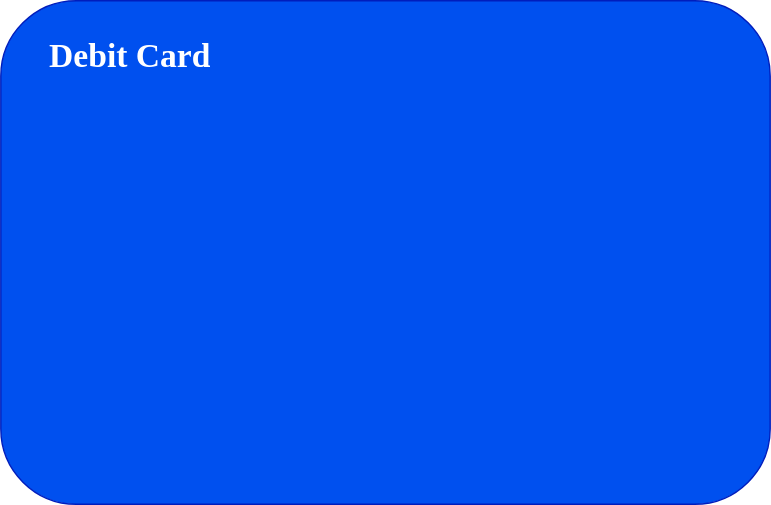
This is Work Samples/WF/DebitCard.drawio.svg from uchiharizvi/design-diagrams, a draw.io export, as it was before one commit. Source tidied: cells renumbered, new cells last; positions are measured from the earlier drawing's top-left corner, leaving out a move shared by most shapes.
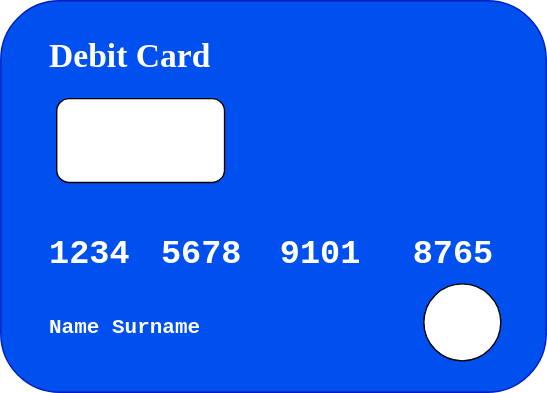
After the change.

Diff of the diagram source:
```diff
@@ -3,10 +3,31 @@
     <mxCell id="0" />
     <mxCell id="1" parent="0" />
     <mxCell id="2" style="rounded=1;whiteSpace=wrap;html=1;fillColor=#0050ef;fontColor=#ffffff;strokeColor=#001DBC;" parent="1" vertex="1">
-      <mxGeometry width="550" height="360" as="geometry" />
+      <mxGeometry width="390" height="280" as="geometry" />
     </mxCell>
     <mxCell id="3" value="&lt;h1&gt;&lt;font face=&quot;Verdana&quot; color=&quot;#ffffff&quot;&gt;Debit Card&lt;/font&gt;&lt;/h1&gt;" style="text;html=1;spacing=5;spacingTop=-20;whiteSpace=wrap;overflow=hidden;rounded=0;" parent="1" vertex="1">
       <mxGeometry x="30" y="20" width="190" height="40" as="geometry" />
     </mxCell>
+    <mxCell id="4" style="rounded=1;whiteSpace=wrap;html=1;" parent="1" vertex="1">
+      <mxGeometry x="40" y="70" width="120" height="60" as="geometry" />
+    </mxCell>
+    <mxCell id="5" value="&lt;h1&gt;&lt;font face=&quot;Courier New&quot; color=&quot;#ffffff&quot;&gt;1234&lt;/font&gt;&lt;/h1&gt;" style="text;html=1;spacing=5;spacingTop=-20;whiteSpace=wrap;overflow=hidden;rounded=0;" parent="1" vertex="1">
+      <mxGeometry x="30" y="160" width="80" height="40" as="geometry" />
+    </mxCell>
+    <mxCell id="6" value="&lt;h1&gt;&lt;font face=&quot;Courier New&quot; color=&quot;#ffffff&quot;&gt;5678&lt;/font&gt;&lt;/h1&gt;" style="text;html=1;spacing=5;spacingTop=-20;whiteSpace=wrap;overflow=hidden;rounded=0;" parent="1" vertex="1">
+      <mxGeometry x="110" y="160" width="80" height="40" as="geometry" />
+    </mxCell>
+    <mxCell id="7" value="&lt;h1&gt;&lt;font face=&quot;Courier New&quot; color=&quot;#ffffff&quot;&gt;9101&lt;/font&gt;&lt;/h1&gt;" style="text;html=1;spacing=5;spacingTop=-20;whiteSpace=wrap;overflow=hidden;rounded=0;" parent="1" vertex="1">
+      <mxGeometry x="195" y="160" width="80" height="40" as="geometry" />
+    </mxCell>
+    <mxCell id="8" value="&lt;h1&gt;&lt;font face=&quot;Courier New&quot; color=&quot;#ffffff&quot;&gt;8765&lt;/font&gt;&lt;/h1&gt;" style="text;html=1;spacing=5;spacingTop=-20;whiteSpace=wrap;overflow=hidden;rounded=0;" parent="1" vertex="1">
+      <mxGeometry x="290" y="160" width="80" height="40" as="geometry" />
+    </mxCell>
+    <mxCell id="9" value="&lt;h1&gt;&lt;font style=&quot;font-size: 15px;&quot; face=&quot;Courier New&quot; color=&quot;#ffffff&quot;&gt;Name Surname&lt;/font&gt;&lt;/h1&gt;" style="text;html=1;spacing=5;spacingTop=-20;whiteSpace=wrap;overflow=hidden;rounded=0;" parent="1" vertex="1">
+      <mxGeometry x="30" y="210" width="120" height="40" as="geometry" />
+    </mxCell>
+    <mxCell id="10" style="ellipse;whiteSpace=wrap;html=1;" parent="1" vertex="1">
+      <mxGeometry x="302.5" y="202.5" width="55" height="55" as="geometry" />
+    </mxCell>
   </root>
 </mxGraphModel>
```
